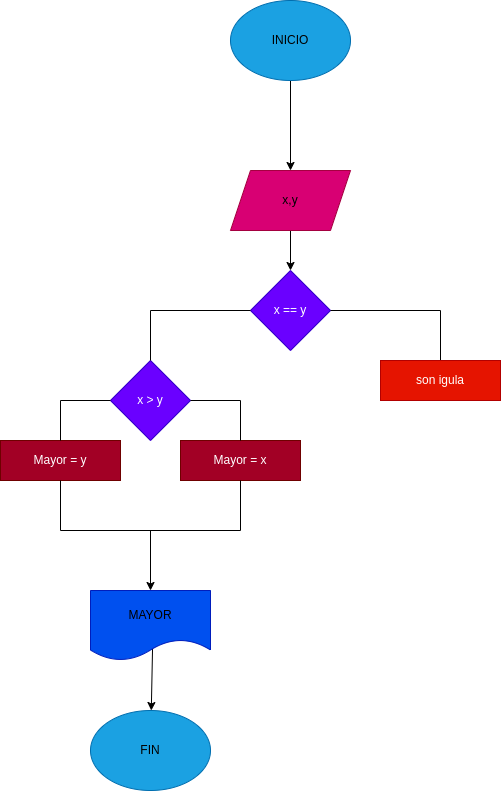
The draw.io diagram diagrama.png in Luzaraque3/Mayor_2enteros, before a commit. Source tidied: cells renumbered, new cells last; positions are measured from the earlier drawing's top-left corner, leaving out a move shared by most shapes.
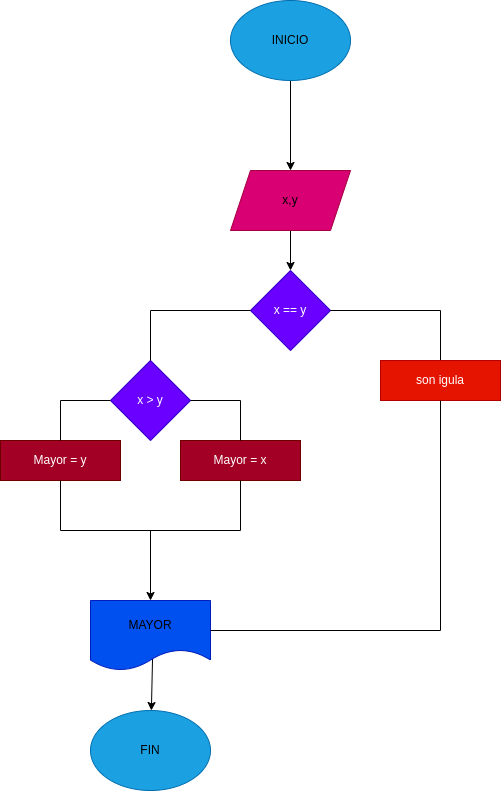
Above is the later version.

Commit message:
Se agrego diagrama de flujo

Change to the diagram source:
```diff
@@ -34,7 +34,7 @@
       <mxGeometry relative="1" as="geometry" />
     </mxCell>
     <mxCell id="11" value="&lt;font color=&quot;#000000&quot;&gt;MAYOR&lt;/font&gt;" style="shape=document;whiteSpace=wrap;html=1;boundedLbl=1;fontColor=#ffffff;fillColor=#0050ef;strokeColor=#001DBC;" parent="1" vertex="1">
-      <mxGeometry x="90" y="590" width="120" height="70" as="geometry" />
+      <mxGeometry x="90" y="600" width="120" height="70" as="geometry" />
     </mxCell>
     <mxCell id="12" value="Mayor = x" style="rounded=0;whiteSpace=wrap;html=1;fontColor=#ffffff;fillColor=#a20025;strokeColor=#6F0000;" parent="1" vertex="1">
       <mxGeometry x="180" y="440" width="120" height="40" as="geometry" />
@@ -97,11 +97,21 @@
         <mxPoint x="240" y="530" as="targetPoint" />
       </mxGeometry>
     </mxCell>
-    <mxCell id="25" style="endArrow=classic;html=1;" parent="1" edge="1">
+    <mxCell id="25" style="endArrow=classic;html=1;entryX=0.5;entryY=0;entryDx=0;entryDy=0;" parent="1" edge="1" target="11">
       <mxGeometry relative="1" as="geometry">
         <mxPoint x="150" y="530" as="sourcePoint" />
-        <mxPoint x="150" y="590" as="targetPoint" />
       </mxGeometry>
     </mxCell>
+    <mxCell id="26" style="endArrow=none;html=1;entryX=0.5;entryY=1;entryDx=0;entryDy=0;" parent="1" edge="1" target="15">
+      <mxGeometry relative="1" as="geometry">
+        <mxPoint x="440" y="630" as="sourcePoint" />
+      </mxGeometry>
+    </mxCell>
+    <mxCell id="27" style="endArrow=none;html=1;" parent="1" edge="1">
+      <mxGeometry relative="1" as="geometry">
+        <mxPoint x="210" y="630" as="sourcePoint" />
+        <mxPoint x="440" y="630" as="targetPoint" />
+      </mxGeometry>
+    </mxCell>
   </root>
 </mxGraphModel>
```
